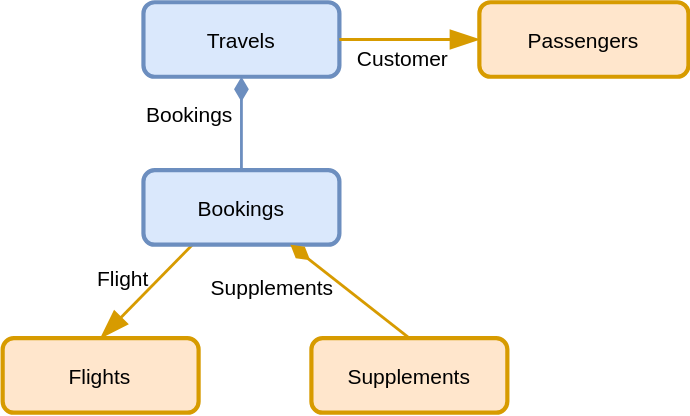
SAP-samples/teched2025-AD161 keeps this draw.io diagram as exercises/ex2/images/02_01_0020.drawio.svg. Above is the earlier version. Source tidied: cells renumbered, new cells last; positions are measured from the earlier drawing's top-left corner, leaving out a move shared by most shapes.
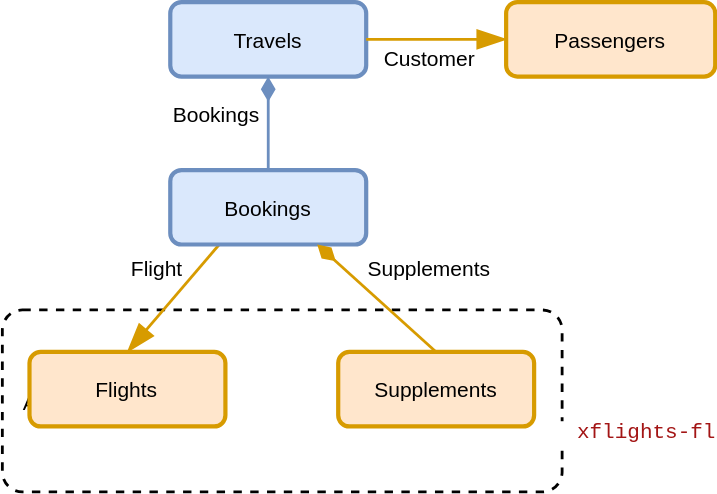
The same diagram one commit later.

Diff of the diagram source:
```diff
@@ -2,11 +2,14 @@
   <root>
     <mxCell id="0" />
     <mxCell id="1" parent="0" />
+    <mxCell id="11" value="&lt;font style=&quot;font-size: 15px;&quot;&gt;API package&amp;nbsp;&amp;nbsp;&lt;span style=&quot;color: rgb(163, 21, 21); background-color: rgb(255, 255, 255); font-family: Consolas, &amp;quot;Courier New&amp;quot;, monospace; white-space: pre;&quot;&gt;xflights-flights-data&lt;/span&gt;&lt;/font&gt;" style="rounded=1;whiteSpace=wrap;html=1;strokeWidth=2;arcSize=11;dashed=1;verticalAlign=bottom;align=left;spacingBottom=10;spacingRight=19;spacingLeft=13;" parent="1" vertex="1">
+      <mxGeometry x="-19" y="220" width="400" height="130" as="geometry" />
+    </mxCell>
     <mxCell id="2" value="Flight" style="endArrow=blockThin;endFill=1;endSize=16;html=1;fontFamily=Helvetica;strokeColor=light-dark(#d79b00, #5c79a3);strokeWidth=2;fillColor=#dae8fc;startArrow=none;startFill=0;startSize=9;labelBackgroundColor=none;align=right;fontSize=15;entryX=0.5;entryY=0;entryDx=0;entryDy=0;exitX=0.25;exitY=1;exitDx=0;exitDy=0;" parent="1" edge="1" source="6" target="3">
-      <mxGeometry x="-0.19" y="-5" relative="1" as="geometry" />
+      <mxGeometry x="-0.43" y="-8" relative="1" as="geometry" />
     </mxCell>
     <mxCell id="3" value="Flights" style="rounded=1;whiteSpace=wrap;html=1;comic=0;fontFamily=Helvetica;strokeColor=#d79b00;strokeWidth=3;fillColor=#ffe6cc;fontSize=15;fontStyle=0;" parent="1" vertex="1">
-      <mxGeometry x="0.4" y="240" width="140" height="53.2" as="geometry" />
+      <mxGeometry x="0.4" y="250" width="140" height="53.2" as="geometry" />
     </mxCell>
     <mxCell id="4" value="Passengers" style="rounded=1;whiteSpace=wrap;html=1;comic=0;fontFamily=Helvetica;strokeColor=#d79b00;strokeWidth=3;fillColor=#ffe6cc;fontSize=15;fontStyle=0;" parent="1" vertex="1">
       <mxGeometry x="341" width="149.4" height="53.2" as="geometry" />
@@ -21,13 +24,13 @@
       <mxGeometry x="-0.19" y="-5" relative="1" as="geometry" />
     </mxCell>
     <mxCell id="8" value="Supplements" style="rounded=1;whiteSpace=wrap;html=1;comic=0;fontFamily=Helvetica;strokeColor=#d79b00;strokeWidth=3;fillColor=#ffe6cc;fontSize=15;fontStyle=0;" parent="1" vertex="1">
-      <mxGeometry x="221" y="240" width="140" height="53.2" as="geometry" />
+      <mxGeometry x="221" y="250" width="140" height="53.2" as="geometry" />
     </mxCell>
     <mxCell id="9" value="Customer" style="endArrow=blockThin;endFill=1;endSize=16;html=1;fontFamily=Helvetica;strokeColor=light-dark(#d79b00, #5c79a3);strokeWidth=2;fillColor=#dae8fc;startArrow=none;startFill=0;startSize=9;labelBackgroundColor=none;align=right;fontSize=15;exitX=1;exitY=0.5;exitDx=0;exitDy=0;entryX=0;entryY=0.5;entryDx=0;entryDy=0;" parent="1" edge="1" source="5" target="4">
       <mxGeometry x="0.59" y="-13" relative="1" as="geometry" />
     </mxCell>
     <mxCell id="10" value="Supplements" style="endArrow=none;endFill=0;endSize=16;html=1;fontFamily=Helvetica;strokeColor=light-dark(#d79b00, #5c79a3);strokeWidth=2;fillColor=#dae8fc;startArrow=diamondThin;startFill=1;startSize=12;labelBackgroundColor=none;align=right;fontSize=15;entryX=0.5;entryY=0;entryDx=0;entryDy=0;exitX=0.75;exitY=1;exitDx=0;exitDy=0;" parent="1" edge="1" source="6" target="8">
-      <mxGeometry x="-0.19" y="-5" relative="1" as="geometry" />
+      <mxGeometry x="0.82" y="71" relative="1" as="geometry" />
     </mxCell>
   </root>
 </mxGraphModel>
```
